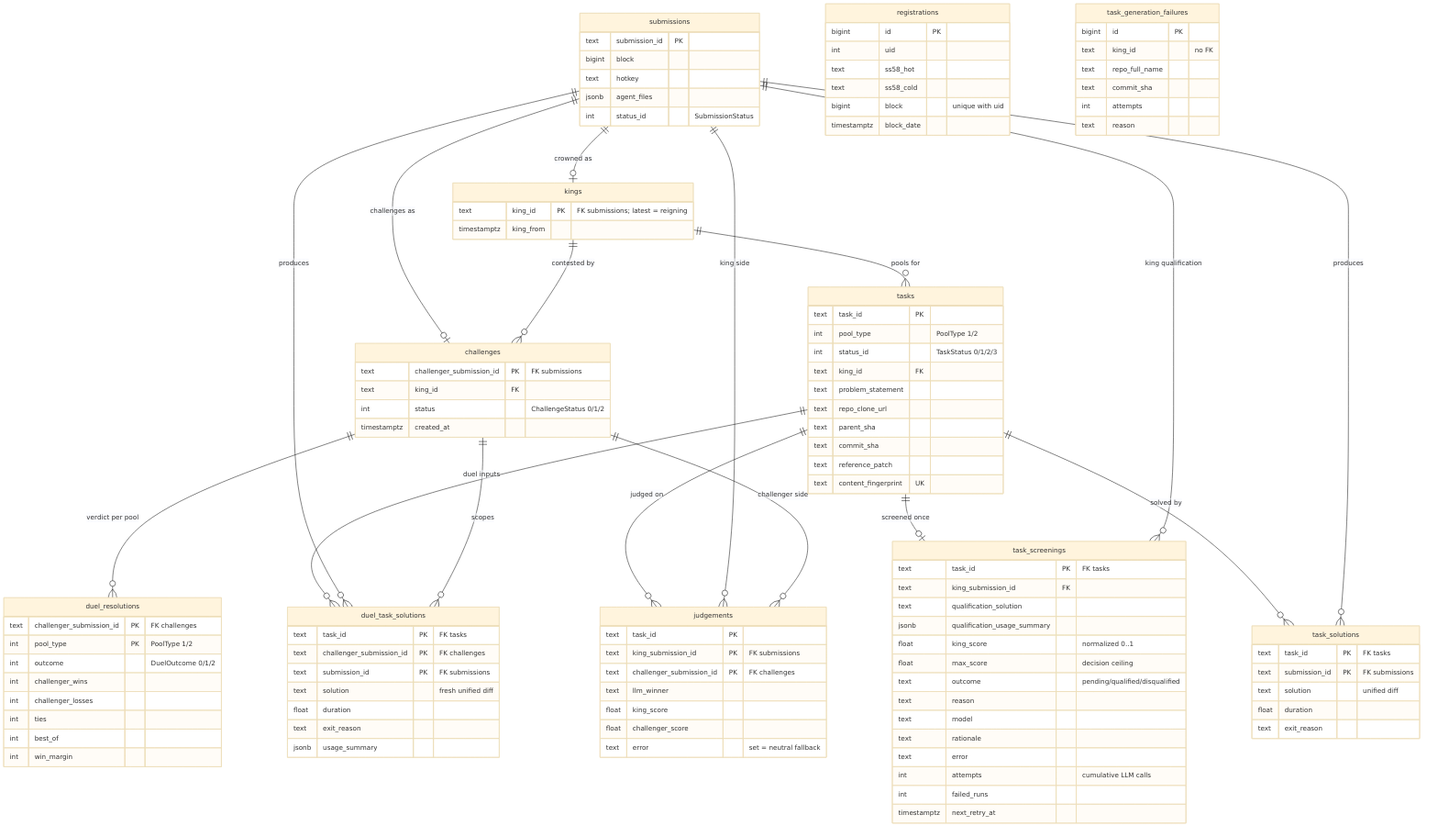
Earlier version of the Mermaid export docs/diagrams/erd.png (ninja-subnet/ninja-validator). Its source is kept beside it as docs/diagrams/erd.mmd.
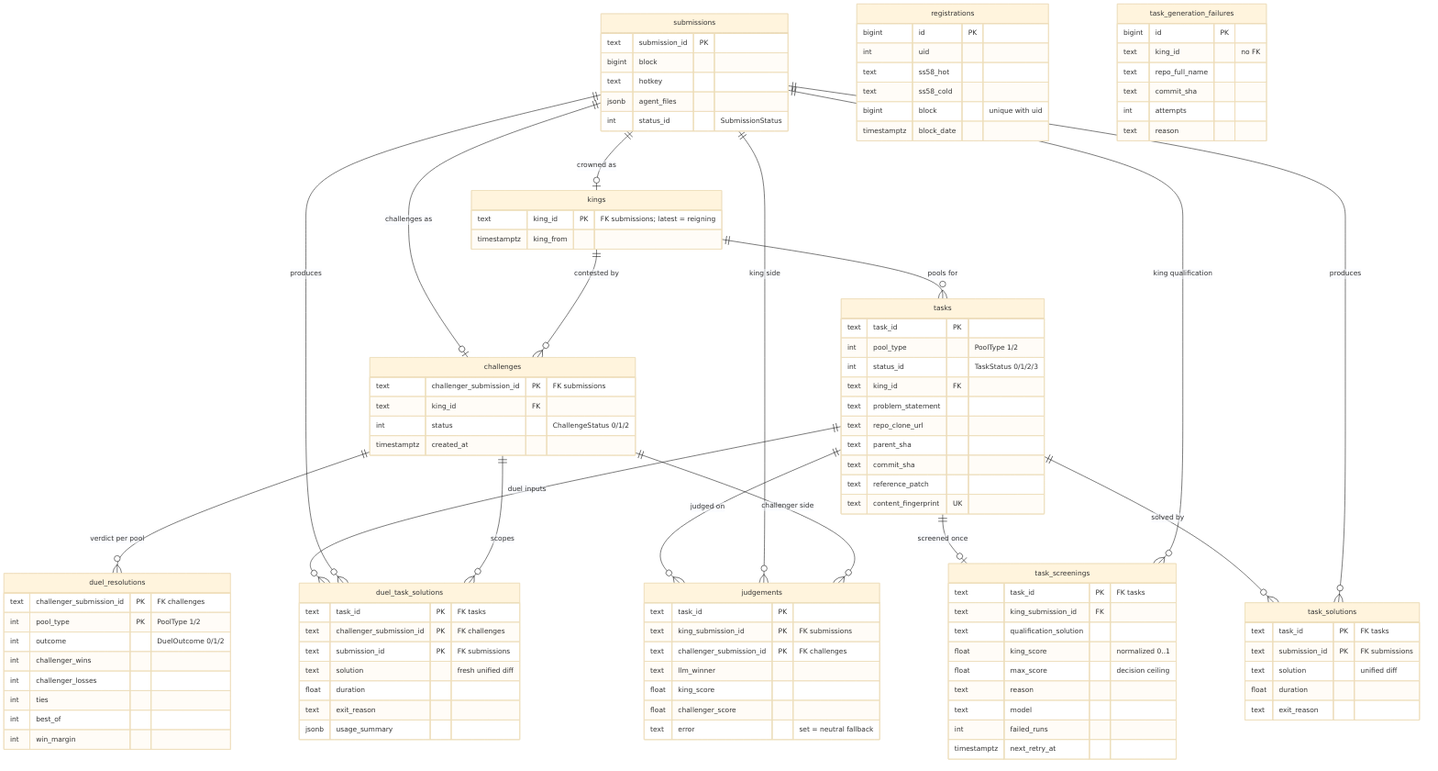
The same file after the commit.

What changed in the source:
```diff
@@ -59,15 +59,10 @@
         text task_id PK "FK tasks"
         text king_submission_id FK
         text qualification_solution
-        jsonb qualification_usage_summary
         float king_score "normalized 0..1"
         float max_score "decision ceiling"
-        text outcome "pending/qualified/disqualified"
         text reason
         text model
-        text rationale
-        text error
-        int attempts "cumulative LLM calls"
         int failed_runs
         timestamptz next_retry_at
     }
```
